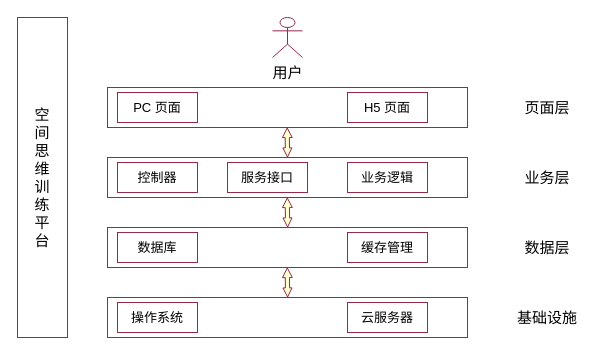
This is page "系统结构设计" (5 of 7) of 毕业设计/毕业设计.drawio from bosombaby/draw-store, a draw.io file, before an edit. Source tidied: cells renumbered, new cells numbered last; positions are measured from the earlier drawing's top-left corner, leaving out a move shared by most shapes. Both pictures are drawn from the tidied source at 100%, with x=0, y=0 at pixel (17, 17).
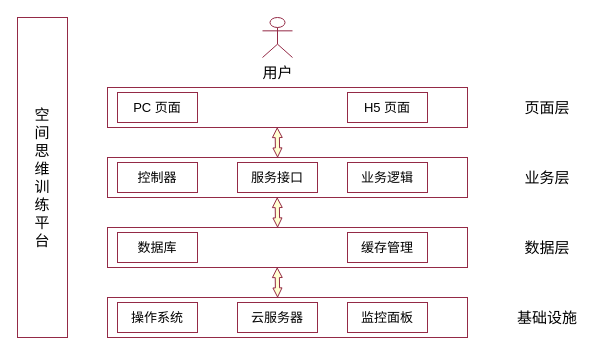
The same page after the edit.

Diff of the diagram source:
```diff
@@
     <mxCell id="6" value="云服务器" style="rounded=0;whiteSpace=wrap;html=1;strokeColor=#942A46;align=center;verticalAlign=middle;spacingLeft=4;spacingRight=4;fontFamily=Helvetica;fontSize=13;fontColor=default;labelBackgroundColor=default;fillColor=none;gradientColor=none;" parent="1" vertex="1">
-      <mxGeometry x="330" y="285" width="80" height="30" as="geometry" />
+      <mxGeometry x="220" y="285" width="80" height="30" as="geometry" />
     </mxCell>
@@
     <mxCell id="13" value="服务接口" style="rounded=0;whiteSpace=wrap;html=1;strokeColor=#942A46;align=center;verticalAlign=middle;spacingLeft=4;spacingRight=4;fontFamily=Helvetica;fontSize=13;fontColor=default;labelBackgroundColor=default;fillColor=none;gradientColor=none;" parent="1" vertex="1">
-      <mxGeometry x="210" y="145" width="80" height="30" as="geometry" />
+      <mxGeometry x="220" y="145" width="80" height="30" as="geometry" />
     </mxCell>
@@
     <mxCell id="20" value="用户" style="shape=umlActor;verticalLabelPosition=bottom;verticalAlign=top;html=1;rounded=0;strokeColor=#942A46;align=center;spacingLeft=4;spacingRight=4;fontFamily=Helvetica;fontSize=15;fontColor=default;labelBackgroundColor=default;fillColor=none;gradientColor=none;" parent="1" vertex="1">
-      <mxGeometry x="255" width="30" height="40" as="geometry" />
+      <mxGeometry x="245" width="30" height="40" as="geometry" />
     </mxCell>
     <mxCell id="21" style="shape=flexArrow;endArrow=classic;startArrow=classic;html=1;rounded=0;strokeColor=#942A46;align=center;verticalAlign=middle;fontFamily=Helvetica;fontSize=11;fontColor=default;labelBackgroundColor=default;fillColor=#FFFFD1;width=4.18230563002681;strokeWidth=1;startWidth=3.8995464640729107;startSize=2.7;endWidth=4.693333333333333;endSize=2.8611260053619305;" parent="1" edge="1">
       <mxGeometry relative="1" as="geometry">
-        <mxPoint x="270" y="140" as="sourcePoint" />
-        <mxPoint x="269.7" y="110" as="targetPoint" />
+        <mxPoint x="260.1" y="140" as="sourcePoint" />
+        <mxPoint x="259.7" y="110" as="targetPoint" />
       </mxGeometry>
     </mxCell>
     <mxCell id="22" style="shape=flexArrow;endArrow=classic;startArrow=classic;html=1;rounded=0;strokeColor=#942A46;align=center;verticalAlign=middle;fontFamily=Helvetica;fontSize=11;fontColor=default;labelBackgroundColor=default;fillColor=#FFFFD1;width=4.18230563002681;strokeWidth=1;startWidth=3.8995464640729107;startSize=2.7;endWidth=4.693333333333333;endSize=2.8611260053619305;" parent="1" edge="1">
       <mxGeometry relative="1" as="geometry">
-        <mxPoint x="270.1" y="210" as="sourcePoint" />
-        <mxPoint x="269.8" y="180" as="targetPoint" />
+        <mxPoint x="260.1" y="210" as="sourcePoint" />
+        <mxPoint x="259.7" y="180" as="targetPoint" />
       </mxGeometry>
     </mxCell>
     <mxCell id="23" style="shape=flexArrow;endArrow=classic;startArrow=classic;html=1;rounded=0;strokeColor=#942A46;align=center;verticalAlign=middle;fontFamily=Helvetica;fontSize=11;fontColor=default;labelBackgroundColor=default;fillColor=#FFFFD1;width=4.18230563002681;strokeWidth=1;startWidth=3.8995464640729107;startSize=2.7;endWidth=4.693333333333333;endSize=2.8611260053619305;" parent="1" edge="1">
       <mxGeometry relative="1" as="geometry">
-        <mxPoint x="270.1" y="280" as="sourcePoint" />
-        <mxPoint x="269.8" y="250" as="targetPoint" />
+        <mxPoint x="260.1" y="280" as="sourcePoint" />
+        <mxPoint x="259.7" y="250" as="targetPoint" />
       </mxGeometry>
     </mxCell>
+    <mxCell id="24" value="监控面板" style="rounded=0;whiteSpace=wrap;html=1;strokeColor=#942A46;align=center;verticalAlign=middle;spacingLeft=4;spacingRight=4;fontFamily=Helvetica;fontSize=13;fontColor=default;labelBackgroundColor=default;fillColor=none;gradientColor=none;" parent="1" vertex="1">
+      <mxGeometry x="330" y="285" width="80" height="30" as="geometry" />
+    </mxCell>
```
